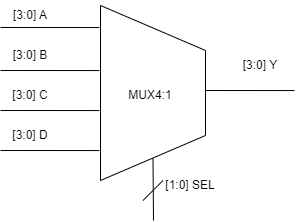
This is VERIF_PLAN/img_folder/mux_block.png from luanbalbino/UVM_tb_external_model, a draw.io export, as it was before one commit. Source tidied: cells renumbered, new cells last; positions are measured from the earlier drawing's top-left corner, leaving out a move shared by most shapes. Source of this version:
```xml
<mxGraphModel>
  <root>
    <mxCell id="0" />
    <mxCell id="1" parent="0" />
    <mxCell id="2" style="shape=trapezoid;perimeter=trapezoidPerimeter;whiteSpace=wrap;html=1;fixedSize=1;rotation=90;size=45;" parent="1" vertex="1">
      <mxGeometry x="65" y="40" width="175" height="105" as="geometry" />
    </mxCell>
    <mxCell id="3" style="endArrow=none;html=1;rounded=0;entryX=0.126;entryY=1.01;entryDx=0;entryDy=0;entryPerimeter=0;" parent="1" edge="1" target="2">
      <mxGeometry relative="1" as="geometry">
        <mxPoint y="27" as="sourcePoint" />
      </mxGeometry>
    </mxCell>
    <mxCell id="4" style="endArrow=none;html=1;rounded=0;entryX=0.126;entryY=1.01;entryDx=0;entryDy=0;entryPerimeter=0;" parent="1" edge="1">
      <mxGeometry relative="1" as="geometry">
        <mxPoint y="70" as="sourcePoint" />
        <mxPoint x="99" y="70" as="targetPoint" />
      </mxGeometry>
    </mxCell>
    <mxCell id="5" style="endArrow=none;html=1;rounded=0;entryX=0.126;entryY=1.01;entryDx=0;entryDy=0;entryPerimeter=0;" parent="1" edge="1">
      <mxGeometry relative="1" as="geometry">
        <mxPoint y="110" as="sourcePoint" />
        <mxPoint x="99" y="110" as="targetPoint" />
      </mxGeometry>
    </mxCell>
    <mxCell id="6" style="endArrow=none;html=1;rounded=0;entryX=0.126;entryY=1.01;entryDx=0;entryDy=0;entryPerimeter=0;" parent="1" edge="1">
      <mxGeometry relative="1" as="geometry">
        <mxPoint y="150" as="sourcePoint" />
        <mxPoint x="99" y="150" as="targetPoint" />
      </mxGeometry>
    </mxCell>
    <mxCell id="7" style="endArrow=none;html=1;rounded=0;entryX=1;entryY=0.5;entryDx=0;entryDy=0;" parent="1" edge="1" target="2">
      <mxGeometry relative="1" as="geometry">
        <mxPoint x="153" y="220" as="sourcePoint" />
      </mxGeometry>
    </mxCell>
    <mxCell id="8" style="endArrow=none;html=1;rounded=0;" parent="1" edge="1">
      <mxGeometry relative="1" as="geometry">
        <mxPoint x="142.5" y="200" as="sourcePoint" />
        <mxPoint x="162.5" y="180" as="targetPoint" />
      </mxGeometry>
    </mxCell>
    <mxCell id="9" style="endArrow=none;html=1;rounded=0;entryX=0.126;entryY=1.01;entryDx=0;entryDy=0;entryPerimeter=0;" parent="1" edge="1">
      <mxGeometry relative="1" as="geometry">
        <mxPoint x="205" y="90" as="sourcePoint" />
        <mxPoint x="294" y="90" as="targetPoint" />
      </mxGeometry>
    </mxCell>
    <mxCell id="10" value="[1:0] SEL" style="text;html=1;strokeColor=none;fillColor=none;align=center;verticalAlign=middle;whiteSpace=wrap;rounded=0;" parent="1" vertex="1">
      <mxGeometry x="160" y="170" width="60" height="30" as="geometry" />
    </mxCell>
    <mxCell id="11" value="[3:0] A" style="text;html=1;strokeColor=none;fillColor=none;align=center;verticalAlign=middle;whiteSpace=wrap;rounded=0;" parent="1" vertex="1">
      <mxGeometry width="60" height="30" as="geometry" />
    </mxCell>
    <mxCell id="12" value="[3:0] B" style="text;html=1;strokeColor=none;fillColor=none;align=center;verticalAlign=middle;whiteSpace=wrap;rounded=0;" parent="1" vertex="1">
      <mxGeometry y="40" width="60" height="30" as="geometry" />
    </mxCell>
    <mxCell id="13" value="[3:0] C" style="text;html=1;strokeColor=none;fillColor=none;align=center;verticalAlign=middle;whiteSpace=wrap;rounded=0;" parent="1" vertex="1">
      <mxGeometry y="80" width="60" height="30" as="geometry" />
    </mxCell>
    <mxCell id="14" value="[3:0] D" style="text;html=1;strokeColor=none;fillColor=none;align=center;verticalAlign=middle;whiteSpace=wrap;rounded=0;" parent="1" vertex="1">
      <mxGeometry y="120" width="60" height="30" as="geometry" />
    </mxCell>
    <mxCell id="15" value="[3:0] Y" style="text;html=1;strokeColor=none;fillColor=none;align=center;verticalAlign=middle;whiteSpace=wrap;rounded=0;" parent="1" vertex="1">
      <mxGeometry x="230" y="50" width="60" height="30" as="geometry" />
    </mxCell>
    <mxCell id="16" value="MUX4:1" style="text;html=1;strokeColor=none;fillColor=none;align=center;verticalAlign=middle;whiteSpace=wrap;rounded=0;" parent="1" vertex="1">
      <mxGeometry x="120" y="80" width="60" height="30" as="geometry" />
    </mxCell>
  </root>
</mxGraphModel>
```
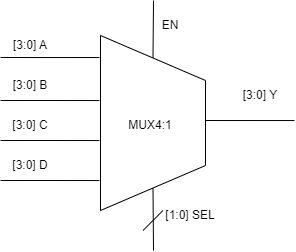
The same diagram one commit later.

What changed in the source:
```diff
@@ -66,5 +66,13 @@
     <mxCell id="16" value="MUX4:1" style="text;html=1;strokeColor=none;fillColor=none;align=center;verticalAlign=middle;whiteSpace=wrap;rounded=0;" parent="1" vertex="1">
       <mxGeometry x="120" y="80" width="60" height="30" as="geometry" />
     </mxCell>
+    <mxCell id="17" style="endArrow=none;html=1;rounded=0;entryX=0;entryY=0.5;entryDx=0;entryDy=0;" parent="1" edge="1" target="2">
+      <mxGeometry relative="1" as="geometry">
+        <mxPoint x="153" y="-30" as="sourcePoint" />
+      </mxGeometry>
+    </mxCell>
+    <mxCell id="18" value="EN" style="text;html=1;strokeColor=none;fillColor=none;align=center;verticalAlign=middle;whiteSpace=wrap;rounded=0;" parent="1" vertex="1">
+      <mxGeometry x="140" y="-20" width="60" height="30" as="geometry" />
+    </mxCell>
   </root>
 </mxGraphModel>
```
